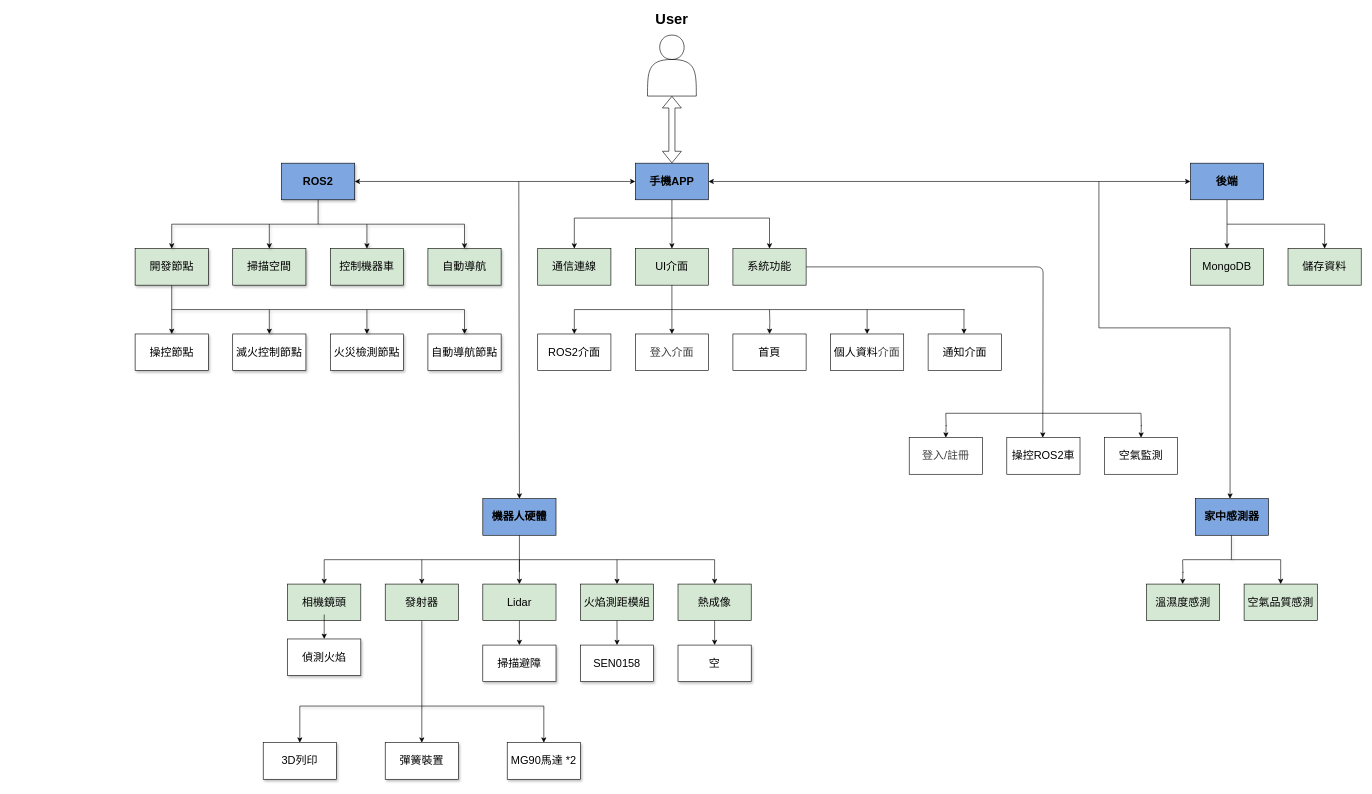
Before: 專題架構圖.drawio in lihong0324/csie_project_ws, a draw.io diagram. Source tidied: cells renumbered, new cells numbered last; positions are measured from the earlier drawing's top-left corner, leaving out a move shared by most shapes. Both pictures are drawn from the tidied source at 61%, with x=0, y=0 at pixel (135, 10).
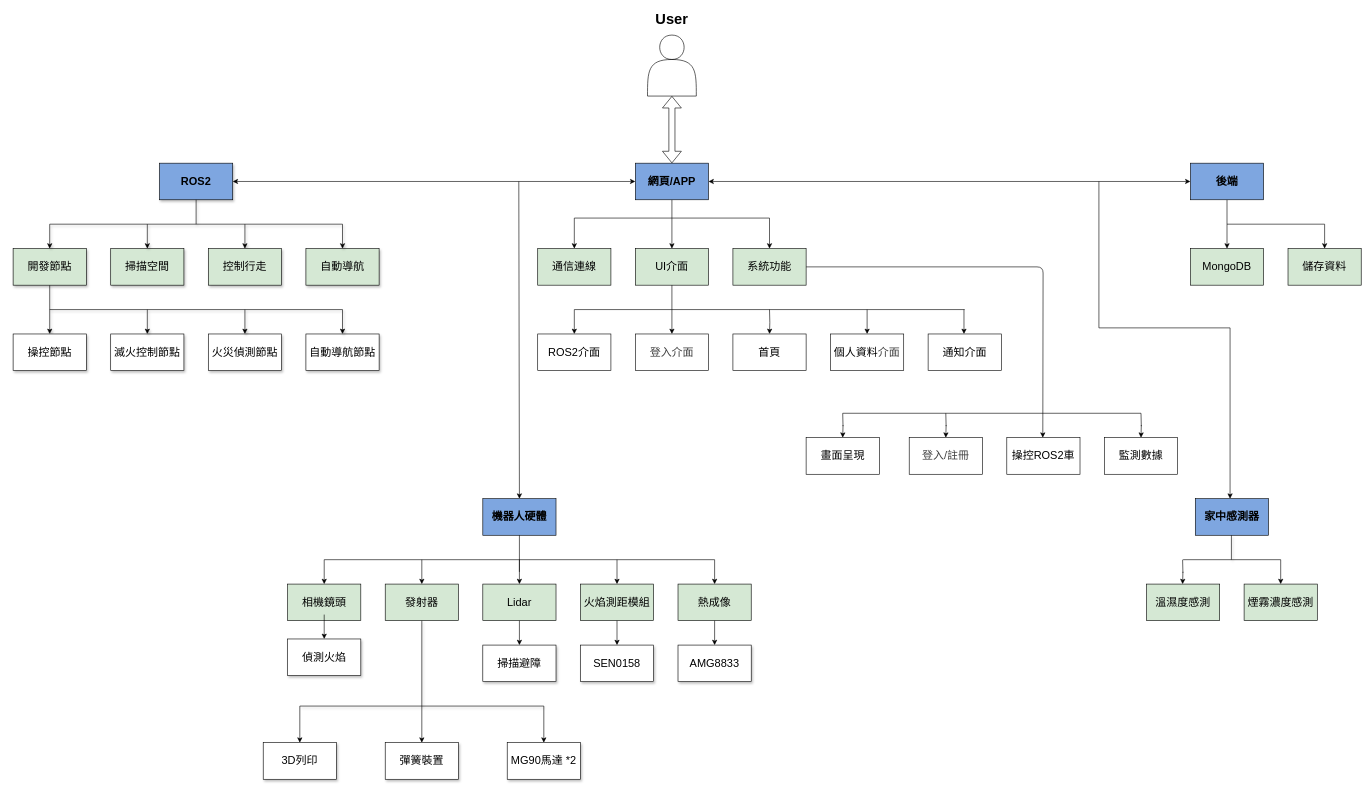
The same diagram, later.

Change to the diagram source:
```diff
@@
     <mxCell id="2" style="rounded=0;jettySize=auto;html=1;shadow=1;" parent="1" edge="1" target="4">
       <mxGeometry relative="1" as="geometry">
-        <mxPoint x="380" y="350" as="sourcePoint" />
+        <mxPoint x="180" y="350" as="sourcePoint" />
       </mxGeometry>
     </mxCell>
     <mxCell id="3" value="&lt;font style=&quot;font-size: 18px;&quot;&gt;&lt;b&gt;ROS2&lt;/b&gt;&lt;/font&gt;" style="rounded=0;whiteSpace=wrap;html=1;fillColor=#7EA6E0;shadow=1;" parent="1" vertex="1">
-      <mxGeometry x="240" y="250" width="120" height="60" as="geometry" />
+      <mxGeometry x="40" y="250" width="120" height="60" as="geometry" />
     </mxCell>
-    <mxCell id="4" value="&lt;font style=&quot;font-size: 18px;&quot;&gt;控制機器車&lt;/font&gt;" style="whiteSpace=wrap;html=1;rounded=0;fillColor=#D5E8D4;shadow=1;" parent="1" vertex="1">
-      <mxGeometry x="320" y="390" width="120" height="60" as="geometry" />
+    <mxCell id="4" value="&lt;font style=&quot;font-size: 18px;&quot;&gt;控制行走&lt;/font&gt;" style="whiteSpace=wrap;html=1;rounded=0;fillColor=#D5E8D4;shadow=1;" parent="1" vertex="1">
+      <mxGeometry x="120" y="390" width="120" height="60" as="geometry" />
     </mxCell>
     <mxCell id="5" value="&lt;font style=&quot;font-size: 18px;&quot;&gt;掃描空間&lt;/font&gt;" style="rounded=0;whiteSpace=wrap;html=1;fillColor=#D5E8D4;shadow=1;" parent="1" vertex="1">
-      <mxGeometry x="160" y="390" width="120" height="60" as="geometry" />
+      <mxGeometry x="-40" y="390" width="120" height="60" as="geometry" />
     </mxCell>
     <mxCell id="6" value="&lt;font style=&quot;font-size: 18px;&quot;&gt;自動導航&lt;/font&gt;" style="rounded=0;whiteSpace=wrap;html=1;fillColor=#D5E8D4;shadow=1;" parent="1" vertex="1">
-      <mxGeometry x="480" y="390" width="120" height="60" as="geometry" />
+      <mxGeometry x="280" y="390" width="120" height="60" as="geometry" />
     </mxCell>
@@
     <mxCell id="8" value="&lt;font style=&quot;font-size: 18px;&quot;&gt;開發節點&lt;/font&gt;" style="rounded=0;whiteSpace=wrap;html=1;fillColor=#D5E8D4;shadow=1;" parent="1" vertex="1">
-      <mxGeometry y="390" width="120" height="60" as="geometry" />
+      <mxGeometry x="-200" y="390" width="120" height="60" as="geometry" />
     </mxCell>
     <mxCell id="9" value="&lt;font style=&quot;font-size: 18px;&quot;&gt;操控節點&lt;/font&gt;" style="whiteSpace=wrap;html=1;fillColor=#FFFFFF;rounded=0;shadow=1;" parent="1" vertex="1">
-      <mxGeometry y="530" width="120" height="60" as="geometry" />
+      <mxGeometry x="-200" y="530" width="120" height="60" as="geometry" />
     </mxCell>
     <mxCell id="10" value="&lt;font style=&quot;font-size: 18px;&quot;&gt;滅火控制節點&lt;/font&gt;" style="whiteSpace=wrap;html=1;fillColor=#FFFFFF;rounded=0;shadow=1;" parent="1" vertex="1">
-      <mxGeometry x="160" y="530" width="120" height="60" as="geometry" />
+      <mxGeometry x="-40" y="530" width="120" height="60" as="geometry" />
     </mxCell>
-    <mxCell id="11" value="&lt;font style=&quot;font-size: 18px;&quot;&gt;火災檢測節點&lt;/font&gt;" style="whiteSpace=wrap;html=1;fillColor=#FFFFFF;rounded=0;shadow=1;" parent="1" vertex="1">
-      <mxGeometry x="320" y="530" width="120" height="60" as="geometry" />
+    <mxCell id="11" value="&lt;font style=&quot;font-size: 18px;&quot;&gt;火災偵測節點&lt;/font&gt;" style="whiteSpace=wrap;html=1;fillColor=#FFFFFF;rounded=0;shadow=1;" parent="1" vertex="1">
+      <mxGeometry x="120" y="530" width="120" height="60" as="geometry" />
     </mxCell>
     <mxCell id="12" value="&lt;font style=&quot;font-size: 18px;&quot;&gt;自動導航節點&lt;/font&gt;" style="whiteSpace=wrap;html=1;fillColor=#FFFFFF;rounded=0;shadow=1;" parent="1" vertex="1">
-      <mxGeometry x="480" y="530" width="120" height="60" as="geometry" />
+      <mxGeometry x="280" y="530" width="120" height="60" as="geometry" />
     </mxCell>
     <mxCell id="13" style="endArrow=none;html=1;rounded=0;shadow=1;" parent="1" edge="1">
       <mxGeometry relative="1" as="geometry">
-        <mxPoint x="540" y="350" as="sourcePoint" />
-        <mxPoint x="60" y="350" as="targetPoint" />
+        <mxPoint x="340" y="350" as="sourcePoint" />
+        <mxPoint x="-140" y="350" as="targetPoint" />
       </mxGeometry>
     </mxCell>
     <mxCell id="14" style="endArrow=classic;html=1;rounded=0;entryX=0.5;entryY=0;entryDx=0;entryDy=0;shadow=1;" parent="1" edge="1" target="8">
       <mxGeometry relative="1" as="geometry">
-        <mxPoint x="60" y="350" as="sourcePoint" />
+        <mxPoint x="-140" y="350" as="sourcePoint" />
       </mxGeometry>
     </mxCell>
     <mxCell id="15" style="endArrow=classic;html=1;rounded=0;shadow=1;" parent="1" edge="1" target="6">
       <mxGeometry relative="1" as="geometry">
-        <mxPoint x="540" y="350" as="sourcePoint" />
+        <mxPoint x="340" y="350" as="sourcePoint" />
       </mxGeometry>
     </mxCell>
     <mxCell id="16" style="endArrow=classic;html=1;rounded=0;shadow=1;" parent="1" edge="1" target="5">
       <mxGeometry relative="1" as="geometry">
-        <mxPoint x="220" y="350" as="sourcePoint" />
+        <mxPoint x="20" y="350" as="sourcePoint" />
       </mxGeometry>
     </mxCell>
     <mxCell id="17" style="endArrow=none;html=1;rounded=0;shadow=1;" parent="1" edge="1">
       <mxGeometry relative="1" as="geometry">
-        <mxPoint x="60" y="490" as="sourcePoint" />
-        <mxPoint x="540" y="490" as="targetPoint" />
+        <mxPoint x="-140" y="490" as="sourcePoint" />
+        <mxPoint x="340" y="490" as="targetPoint" />
       </mxGeometry>
     </mxCell>
     <mxCell id="18" style="endArrow=classic;html=1;rounded=0;shadow=1;" parent="1" edge="1" target="10">
       <mxGeometry relative="1" as="geometry">
-        <mxPoint x="220" y="490" as="sourcePoint" />
+        <mxPoint x="20" y="490" as="sourcePoint" />
       </mxGeometry>
     </mxCell>
     <mxCell id="19" style="endArrow=classic;html=1;rounded=0;shadow=1;" parent="1" edge="1" target="11">
       <mxGeometry relative="1" as="geometry">
-        <mxPoint x="380" y="490" as="sourcePoint" />
+        <mxPoint x="180" y="490" as="sourcePoint" />
       </mxGeometry>
     </mxCell>
     <mxCell id="20" style="endArrow=classic;html=1;rounded=0;shadow=1;" parent="1" edge="1" target="12">
       <mxGeometry relative="1" as="geometry">
-        <mxPoint x="540" y="490" as="sourcePoint" />
+        <mxPoint x="340" y="490" as="sourcePoint" />
       </mxGeometry>
     </mxCell>
@@
     <mxCell id="34" style="endArrow=none;html=1;rounded=0;shadow=1;" parent="1" edge="1">
       <mxGeometry relative="1" as="geometry">
-        <mxPoint x="300" y="310" as="sourcePoint" />
-        <mxPoint x="300" y="350" as="targetPoint" />
+        <mxPoint x="100" y="310" as="sourcePoint" />
+        <mxPoint x="100" y="350" as="targetPoint" />
       </mxGeometry>
     </mxCell>
@@
-    <mxCell id="36" value="&lt;font style=&quot;font-size: 18px;&quot;&gt;&lt;b&gt;手機APP&lt;/b&gt;&lt;/font&gt;" style="rounded=0;whiteSpace=wrap;html=1;fillColor=light-dark(#7EA6E0,var(--ge-dark-color, #121212));" parent="1" vertex="1">
+    <mxCell id="36" value="&lt;font style=&quot;font-size: 18px;&quot;&gt;&lt;b&gt;網頁/APP&lt;/b&gt;&lt;/font&gt;" style="rounded=0;whiteSpace=wrap;html=1;fillColor=light-dark(#7EA6E0,var(--ge-dark-color, #121212));" parent="1" vertex="1">
       <mxGeometry x="820" y="250" width="120" height="60" as="geometry" />
     </mxCell>
@@
-    <mxCell id="70" value="&lt;font style=&quot;font-size: 18px;&quot;&gt;空氣品質感測&lt;/font&gt;" style="rounded=0;whiteSpace=wrap;html=1;fillColor=light-dark(#D5E8D4,var(--ge-dark-color, #121212));" parent="1" vertex="1">
+    <mxCell id="70" value="&lt;font style=&quot;font-size: 18px;&quot;&gt;煙霧濃度感測&lt;/font&gt;" style="rounded=0;whiteSpace=wrap;html=1;fillColor=light-dark(#D5E8D4,var(--ge-dark-color, #121212));" parent="1" vertex="1">
       <mxGeometry x="1818" y="940" width="120" height="60" as="geometry" />
     </mxCell>
@@
     <mxCell id="79" style="endArrow=none;html=1;rounded=0;" parent="1" edge="1">
       <mxGeometry relative="1" as="geometry">
-        <mxPoint x="1329" y="660" as="sourcePoint" />
+        <mxPoint x="1160" y="660" as="sourcePoint" />
         <mxPoint x="1649" y="660" as="targetPoint" />
       </mxGeometry>
     </mxCell>
@@
-    <mxCell id="82" value="&lt;font style=&quot;font-size: 18px;&quot;&gt;空氣監測&lt;/font&gt;" style="rounded=0;whiteSpace=wrap;html=1;fillColor=#FFFFFF;" parent="1" vertex="1">
+    <mxCell id="82" value="&lt;font style=&quot;font-size: 18px;&quot;&gt;監測數據&lt;/font&gt;" style="rounded=0;whiteSpace=wrap;html=1;fillColor=#FFFFFF;" parent="1" vertex="1">
       <mxGeometry x="1589" y="700" width="120" height="60" as="geometry" />
     </mxCell>
@@
-    <mxCell id="88" value="&lt;span style=&quot;font-size: 18px;&quot;&gt;空&lt;/span&gt;" style="whiteSpace=wrap;html=1;fillColor=#FFFFFF;rounded=0;shadow=1;" parent="1" vertex="1">
+    <mxCell id="88" value="&lt;span style=&quot;font-size: 18px;&quot;&gt;AMG8833&lt;/span&gt;" style="whiteSpace=wrap;html=1;fillColor=#FFFFFF;rounded=0;shadow=1;" parent="1" vertex="1">
       <mxGeometry x="890" y="1040" width="120" height="60" as="geometry" />
     </mxCell>
@@
+    <mxCell id="95" value="&lt;span style=&quot;font-size: 18px;&quot;&gt;畫面呈現&lt;/span&gt;" style="rounded=0;whiteSpace=wrap;html=1;fillColor=#FFFFFF;" parent="1" vertex="1">
+      <mxGeometry x="1100" y="700" width="120" height="60" as="geometry" />
+    </mxCell>
+    <mxCell id="96" style="edgeStyle=orthogonalEdgeStyle;rounded=0;orthogonalLoop=1;jettySize=auto;html=1;" parent="1" edge="1">
+      <mxGeometry relative="1" as="geometry">
+        <mxPoint x="1160" y="660" as="sourcePoint" />
+        <mxPoint x="1160" y="700" as="targetPoint" />
+      </mxGeometry>
+    </mxCell>
```
